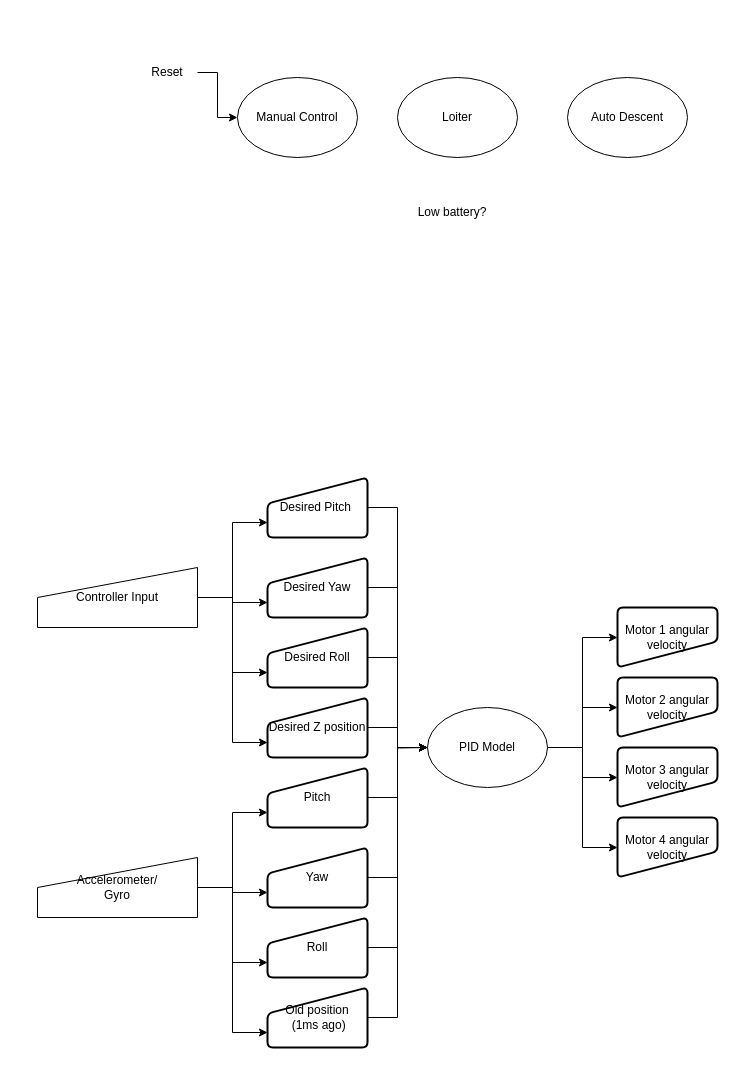
Earlier version of the draw.io diagram FSM.drawio (isaaccastillod/icarus). Source tidied: cells renumbered, new cells numbered last; positions are measured from the earlier drawing's top-left corner, leaving out a move shared by most shapes. Both pictures are drawn from the tidied source at 100%, with x=0, y=0 at pixel (37, 57).
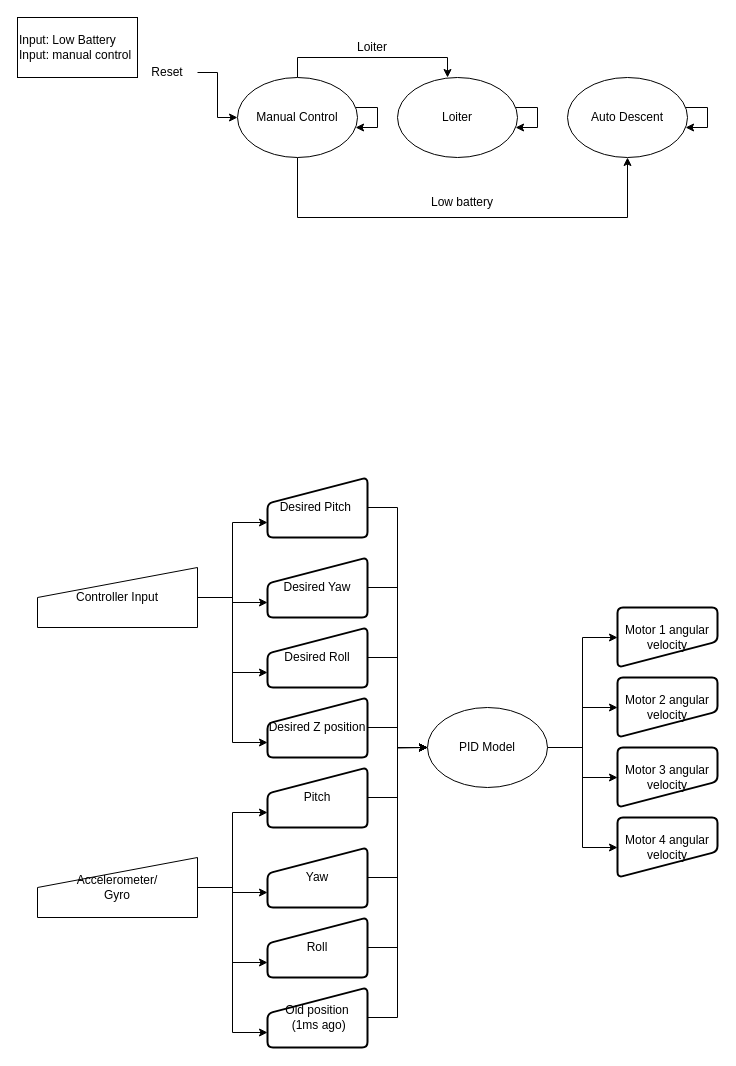
The same page after the edit.

Unchanged cells that the change refers to:
```xml
<mxCell id="2" value="Auto Descent" style="ellipse;whiteSpace=wrap;html=1;" parent="1" vertex="1">
  <mxGeometry x="530" y="20" width="120" height="80" as="geometry" />
</mxCell>
<mxCell id="3" value="Manual Control" style="ellipse;whiteSpace=wrap;html=1;" parent="1" vertex="1">
  <mxGeometry x="200" y="20" width="120" height="80" as="geometry" />
</mxCell>
<mxCell id="42" value="Loiter" style="ellipse;whiteSpace=wrap;html=1;" parent="1" vertex="1">
  <mxGeometry x="360" y="20" width="120" height="80" as="geometry" />
</mxCell>
```

Change to the diagram source:
```diff
@@
+    <mxCell id="43" style="edgeStyle=orthogonalEdgeStyle;rounded=0;jettySize=auto;html=1;entryX=0.5;entryY=1;entryDx=0;entryDy=0;" parent="1" edge="1" source="3" target="2">
+      <mxGeometry relative="1" as="geometry">
+        <Array as="points">
+          <mxPoint x="260" y="160" />
+          <mxPoint x="590" y="160" />
+        </Array>
+      </mxGeometry>
+    </mxCell>
+    <mxCell id="44" style="edgeStyle=orthogonalEdgeStyle;rounded=0;orthogonalLoop=1;jettySize=auto;html=1;" parent="1" edge="1" source="3" target="3">
+      <mxGeometry relative="1" as="geometry" />
+    </mxCell>
+    <mxCell id="45" style="edgeStyle=orthogonalEdgeStyle;rounded=0;jettySize=auto;html=1;entryX=0.417;entryY=0;entryDx=0;entryDy=0;entryPerimeter=0;" parent="1" edge="1" source="3" target="42">
+      <mxGeometry relative="1" as="geometry">
+        <Array as="points">
+          <mxPoint x="260" />
+          <mxPoint x="410" />
+        </Array>
+      </mxGeometry>
+    </mxCell>
@@
-    <mxCell id="41" value="Low battery?" style="text;html=1;strokeColor=none;fillColor=none;align=center;verticalAlign=middle;whiteSpace=wrap;rounded=0;" parent="1" vertex="1">
-      <mxGeometry x="350" y="140" width="130" height="30" as="geometry" />
+    <mxCell id="41" value="Low battery" style="text;html=1;strokeColor=none;fillColor=none;align=center;verticalAlign=middle;whiteSpace=wrap;rounded=0;" parent="1" vertex="1">
+      <mxGeometry x="360" y="130" width="130" height="30" as="geometry" />
     </mxCell>
@@
+    <mxCell id="46" value="Input: Low Battery&lt;br&gt;Input: manual control" style="rounded=0;whiteSpace=wrap;html=1;align=left;" parent="1" vertex="1">
+      <mxGeometry x="-20" y="-40" width="120" height="60" as="geometry" />
+    </mxCell>
+    <mxCell id="47" value="Loiter" style="text;html=1;strokeColor=none;fillColor=none;align=center;verticalAlign=middle;whiteSpace=wrap;rounded=0;" parent="1" vertex="1">
+      <mxGeometry x="270" y="-25" width="130" height="30" as="geometry" />
+    </mxCell>
+    <mxCell id="48" style="edgeStyle=orthogonalEdgeStyle;rounded=0;orthogonalLoop=1;jettySize=auto;html=1;" parent="1" edge="1" source="42" target="42">
+      <mxGeometry relative="1" as="geometry" />
+    </mxCell>
+    <mxCell id="49" style="edgeStyle=orthogonalEdgeStyle;rounded=0;orthogonalLoop=1;jettySize=auto;html=1;" parent="1" edge="1" source="2" target="2">
+      <mxGeometry relative="1" as="geometry" />
+    </mxCell>
```
